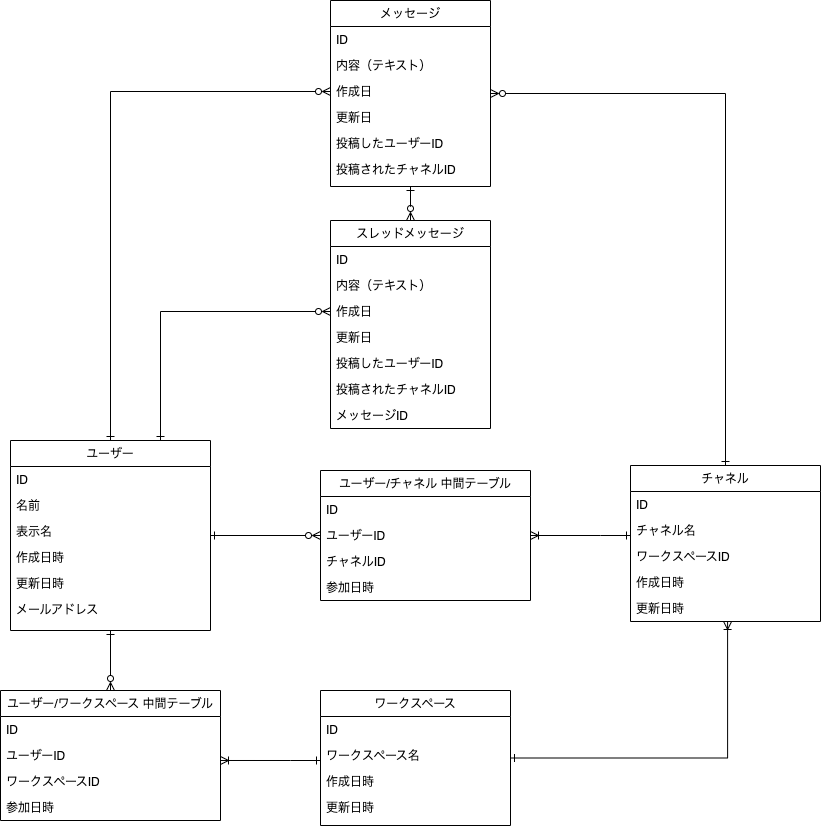
yuikoito/PrAhaChallenge keeps this draw.io diagram as db/db-modeling-2/DB2 Diagram.drawio.png. Above is the earlier version. Source tidied: cells renumbered, new cells last; positions are measured from the earlier drawing's top-left corner, leaving out a move shared by most shapes.
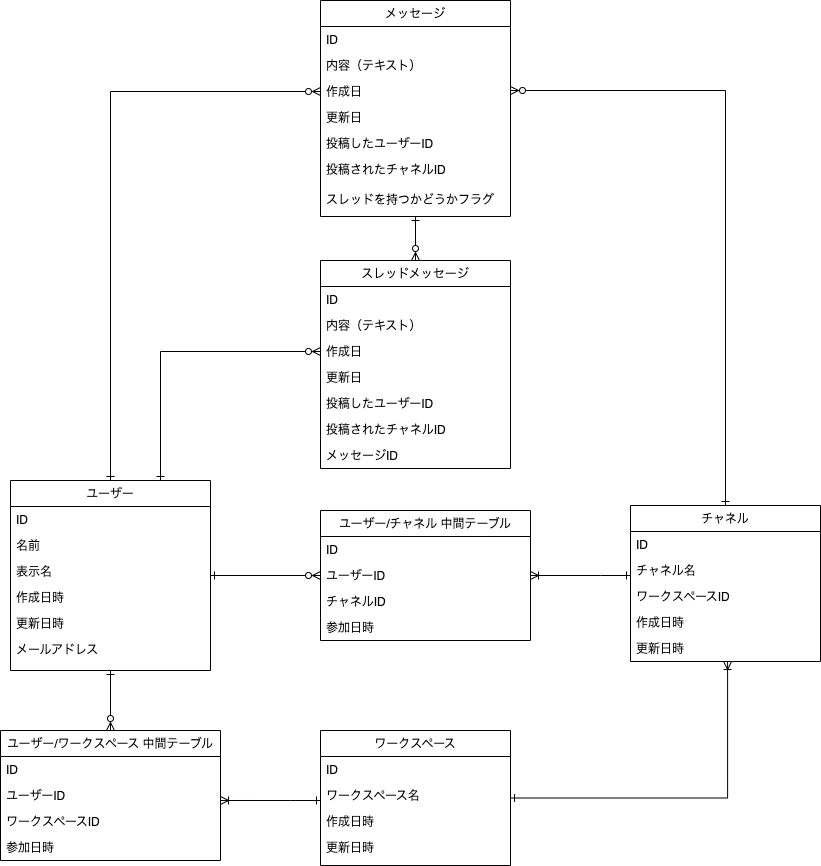
The same diagram one commit later.

Change to the diagram source:
```diff
@@ -39,52 +39,59 @@
       <mxGeometry relative="1" as="geometry" />
     </mxCell>
     <mxCell id="14" style="edgeStyle=orthogonalEdgeStyle;rounded=0;jettySize=auto;html=1;startArrow=ERzeroToMany;startFill=0;endArrow=ERone;endFill=0;" parent="1" edge="1" source="15" target="31">
-      <mxGeometry relative="1" as="geometry" />
+      <mxGeometry relative="1" as="geometry">
+        <Array as="points">
+          <mxPoint x="725" y="50" />
+        </Array>
+      </mxGeometry>
     </mxCell>
     <mxCell id="15" value="メッセージ" style="swimlane;fontStyle=0;align=center;verticalAlign=top;horizontal=1;startSize=26;rounded=0;shadow=0;strokeWidth=1;" parent="1" vertex="1">
-      <mxGeometry x="330" width="160" height="186" as="geometry" />
+      <mxGeometry x="320" y="-40" width="190" height="216" as="geometry" />
     </mxCell>
     <mxCell id="16" value="ID" style="text;align=left;verticalAlign=top;spacingLeft=4;spacingRight=4;overflow=hidden;" parent="15" vertex="1">
-      <mxGeometry y="26" width="160" height="26" as="geometry" />
+      <mxGeometry y="26" width="190" height="26" as="geometry" />
     </mxCell>
     <mxCell id="17" value="内容（テキスト）" style="text;align=left;verticalAlign=top;spacingLeft=4;spacingRight=4;overflow=hidden;" parent="15" vertex="1">
-      <mxGeometry y="52" width="160" height="26" as="geometry" />
+      <mxGeometry y="52" width="190" height="26" as="geometry" />
     </mxCell>
     <mxCell id="18" value="作成日" style="text;align=left;verticalAlign=top;spacingLeft=4;spacingRight=4;overflow=hidden;points=[[0,0.5],[1,0.5]];portConstraint=eastwest;rounded=0;shadow=0;html=0;" parent="15" vertex="1">
-      <mxGeometry y="78" width="160" height="26" as="geometry" />
+      <mxGeometry y="78" width="190" height="26" as="geometry" />
     </mxCell>
     <mxCell id="19" value="更新日&#10;" style="text;align=left;verticalAlign=top;spacingLeft=4;spacingRight=4;overflow=hidden;rounded=0;shadow=0;html=0;" parent="15" vertex="1">
-      <mxGeometry y="104" width="160" height="26" as="geometry" />
+      <mxGeometry y="104" width="190" height="26" as="geometry" />
     </mxCell>
     <mxCell id="20" value="投稿したユーザーID" style="text;align=left;verticalAlign=top;spacingLeft=4;spacingRight=4;overflow=hidden;" parent="15" vertex="1">
-      <mxGeometry y="130" width="160" height="26" as="geometry" />
+      <mxGeometry y="130" width="190" height="26" as="geometry" />
     </mxCell>
     <mxCell id="21" value="投稿されたチャネルID" style="text;align=left;verticalAlign=top;spacingLeft=4;spacingRight=4;overflow=hidden;" parent="15" vertex="1">
-      <mxGeometry y="156" width="160" height="30" as="geometry" />
+      <mxGeometry y="156" width="190" height="30" as="geometry" />
     </mxCell>
+    <mxCell id="54" value="スレッドを持つかどうかフラグ" style="text;align=left;verticalAlign=top;spacingLeft=4;spacingRight=4;overflow=hidden;" parent="15" vertex="1">
+      <mxGeometry y="186" width="190" height="30" as="geometry" />
+    </mxCell>
     <mxCell id="22" value="スレッドメッセージ" style="swimlane;fontStyle=0;align=center;verticalAlign=top;horizontal=1;startSize=26;rounded=0;shadow=0;strokeWidth=1;" parent="1" vertex="1">
-      <mxGeometry x="330" y="220" width="160" height="208" as="geometry" />
+      <mxGeometry x="320" y="220" width="190" height="208" as="geometry" />
     </mxCell>
     <mxCell id="23" value="ID" style="text;align=left;verticalAlign=top;spacingLeft=4;spacingRight=4;overflow=hidden;" parent="22" vertex="1">
-      <mxGeometry y="26" width="160" height="26" as="geometry" />
+      <mxGeometry y="26" width="190" height="26" as="geometry" />
     </mxCell>
     <mxCell id="24" value="内容（テキスト）" style="text;align=left;verticalAlign=top;spacingLeft=4;spacingRight=4;overflow=hidden;" parent="22" vertex="1">
-      <mxGeometry y="52" width="160" height="26" as="geometry" />
+      <mxGeometry y="52" width="190" height="26" as="geometry" />
     </mxCell>
     <mxCell id="25" value="作成日" style="text;align=left;verticalAlign=top;spacingLeft=4;spacingRight=4;overflow=hidden;points=[[0,0.5],[1,0.5]];portConstraint=eastwest;rounded=0;shadow=0;html=0;" parent="22" vertex="1">
-      <mxGeometry y="78" width="160" height="26" as="geometry" />
+      <mxGeometry y="78" width="190" height="26" as="geometry" />
     </mxCell>
     <mxCell id="26" value="更新日&#10;" style="text;align=left;verticalAlign=top;spacingLeft=4;spacingRight=4;overflow=hidden;rounded=0;shadow=0;html=0;" parent="22" vertex="1">
-      <mxGeometry y="104" width="160" height="26" as="geometry" />
+      <mxGeometry y="104" width="190" height="26" as="geometry" />
     </mxCell>
     <mxCell id="27" value="投稿したユーザーID" style="text;align=left;verticalAlign=top;spacingLeft=4;spacingRight=4;overflow=hidden;" parent="22" vertex="1">
-      <mxGeometry y="130" width="160" height="26" as="geometry" />
+      <mxGeometry y="130" width="190" height="26" as="geometry" />
     </mxCell>
     <mxCell id="28" value="投稿されたチャネルID" style="text;align=left;verticalAlign=top;spacingLeft=4;spacingRight=4;overflow=hidden;" parent="22" vertex="1">
-      <mxGeometry y="156" width="160" height="26" as="geometry" />
+      <mxGeometry y="156" width="190" height="26" as="geometry" />
     </mxCell>
     <mxCell id="29" value="メッセージID" style="text;align=left;verticalAlign=top;spacingLeft=4;spacingRight=4;overflow=hidden;" parent="22" vertex="1">
-      <mxGeometry y="182" width="160" height="26" as="geometry" />
+      <mxGeometry y="182" width="190" height="26" as="geometry" />
     </mxCell>
     <mxCell id="30" style="edgeStyle=orthogonalEdgeStyle;rounded=0;jettySize=auto;html=1;entryX=1;entryY=0.5;entryDx=0;entryDy=0;startArrow=ERone;startFill=0;endArrow=ERoneToMany;endFill=0;" parent="1" edge="1" source="31" target="39">
       <mxGeometry relative="1" as="geometry">
```
